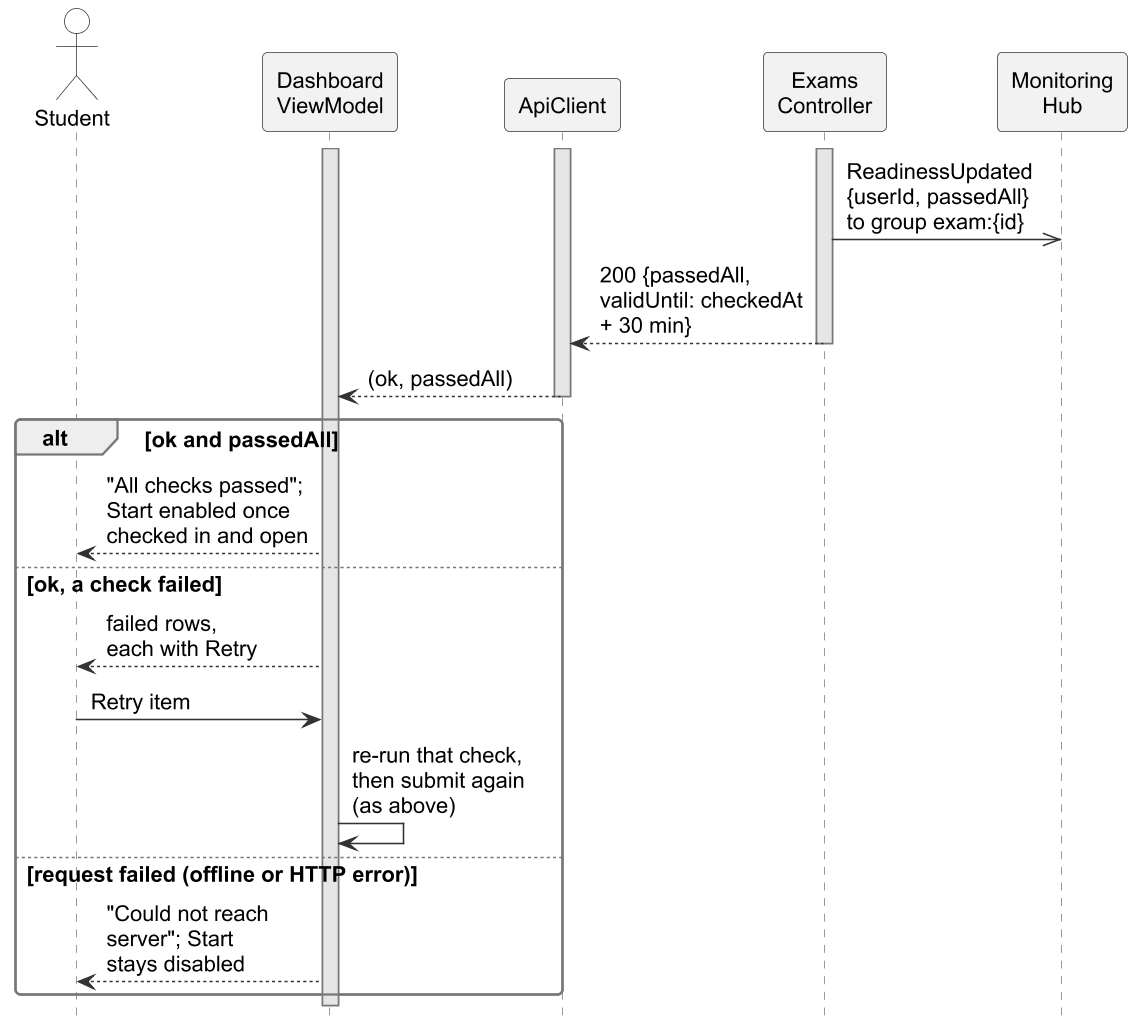
Before: important docs/fyp_doc_3chatp/Figures/seq_diagnostics_b.png, a diagram exported from PlantUML (Haiderali27-hub/AI-Lab-Monitoring-).
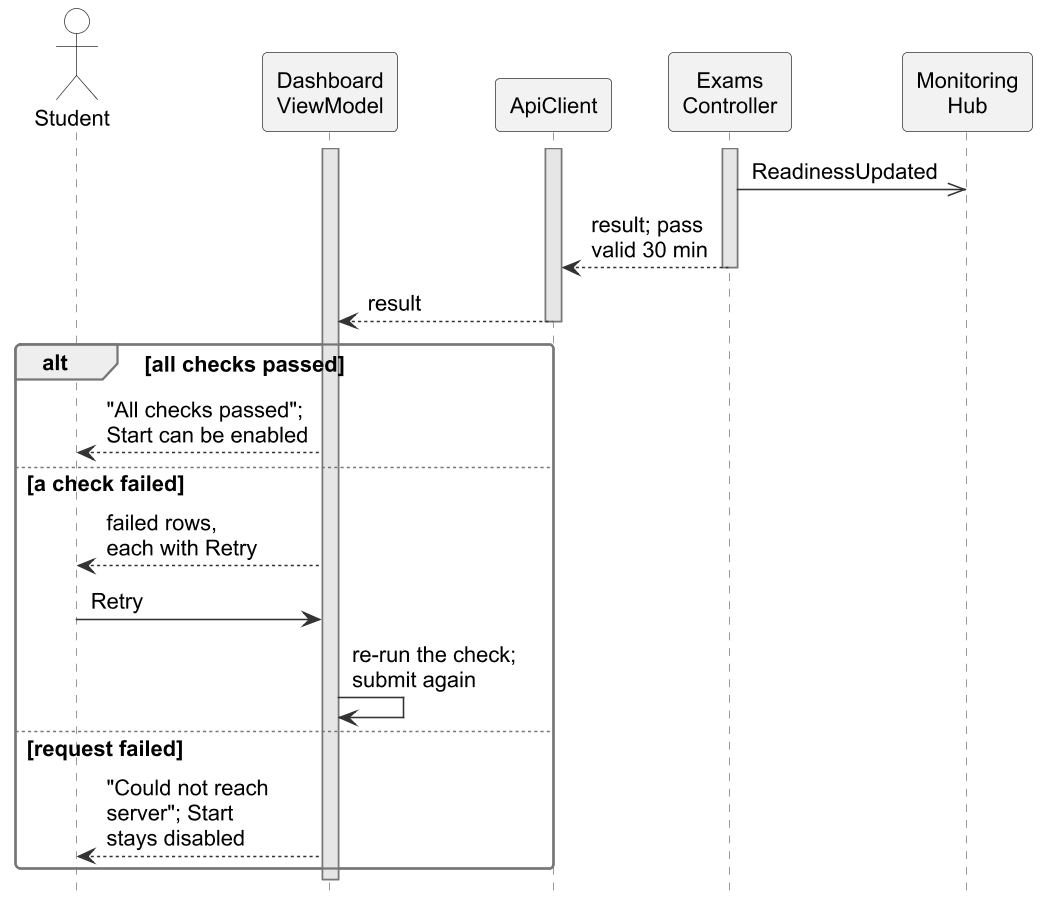
After the change.

The edit, as a diff of the source:
```diff
@@ -6,7 +6,6 @@
 hide unlinked
 skinparam ParticipantPadding 2
 skinparam BoxPadding 0
-skinparam maxMessageSize 200
 skinparam sequence {
   MessageAlign left
   LifeLineBackgroundColor #E6E6E6
@@ -14,26 +13,24 @@
 
 actor Student
 participant "Dashboard\nViewModel" as VM
-participant "Readiness\nCheckService" as RCS
 participant "ApiClient" as API
 participant "Exams\nController" as EC
-database "AppDbContext" as DB
 participant "Monitoring\nHub" as HUB
 activate VM
 activate API
 activate EC
-EC ->> HUB : ReadinessUpdated\n{userId, passedAll}\nto group exam:{id}
-EC --> API : 200 {passedAll,\nvalidUntil: checkedAt\n+ 30 min}
+EC ->> HUB : ReadinessUpdated
+EC --> API : result; pass\nvalid 30 min
 deactivate EC
-API --> VM : (ok, passedAll)
+API --> VM : result
 deactivate API
-alt ok and passedAll
-  VM --> Student : "All checks passed";\nStart enabled once\nchecked in and open
-else ok, a check failed
+alt all checks passed
+  VM --> Student : "All checks passed";\nStart can be enabled
+else a check failed
   VM --> Student : failed rows,\neach with Retry
-  Student -> VM : Retry item
-  VM -> VM : re-run that check,\nthen submit again\n(as above)
-else request failed (offline or HTTP error)
+  Student -> VM : Retry
+  VM -> VM : re-run the check;\nsubmit again
+else request failed
   VM --> Student : "Could not reach\nserver"; Start\nstays disabled
 end
 deactivate VM
```
